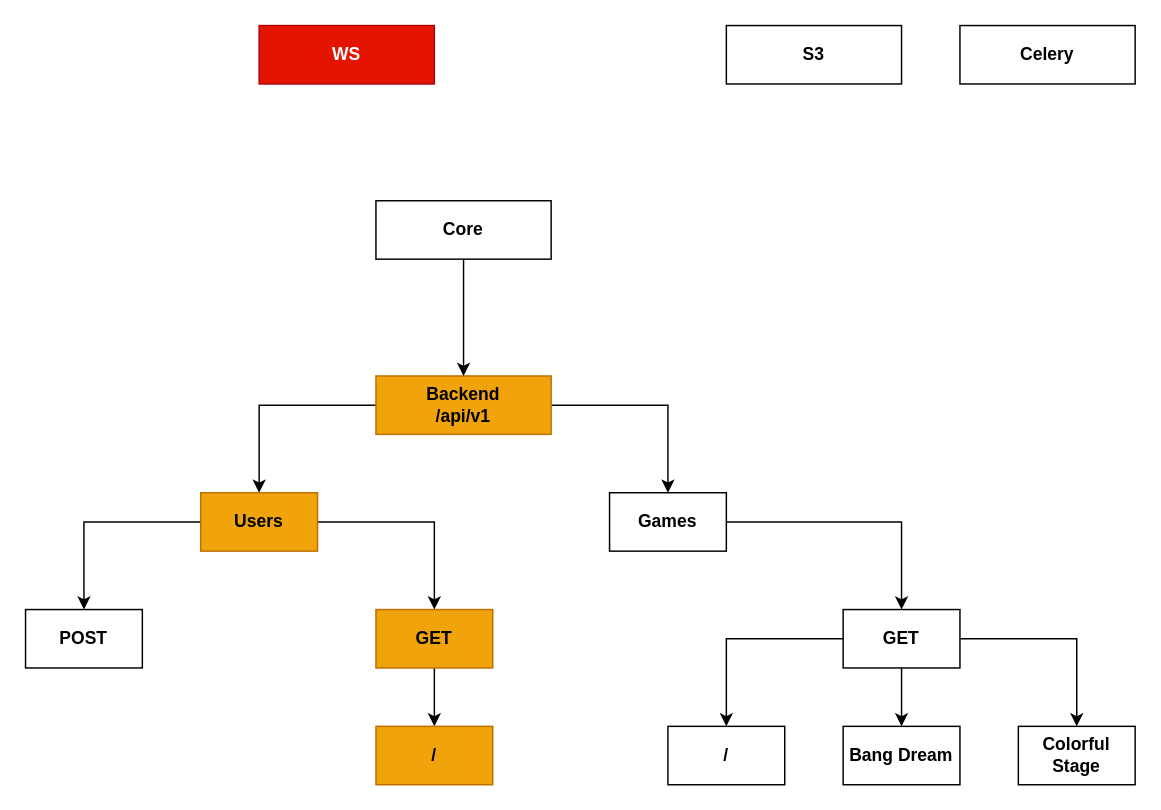
This is page "Backend" (1 of 4) of data/Diagram.drawio from aintp3d0/GameProfile, a draw.io file, before an edit. Source tidied: cells renumbered, new cells numbered last; positions are measured from the earlier drawing's top-left corner, leaving out a move shared by most shapes. Both pictures are drawn from the tidied source at 146%, with x=0, y=0 at pixel (25, 25).
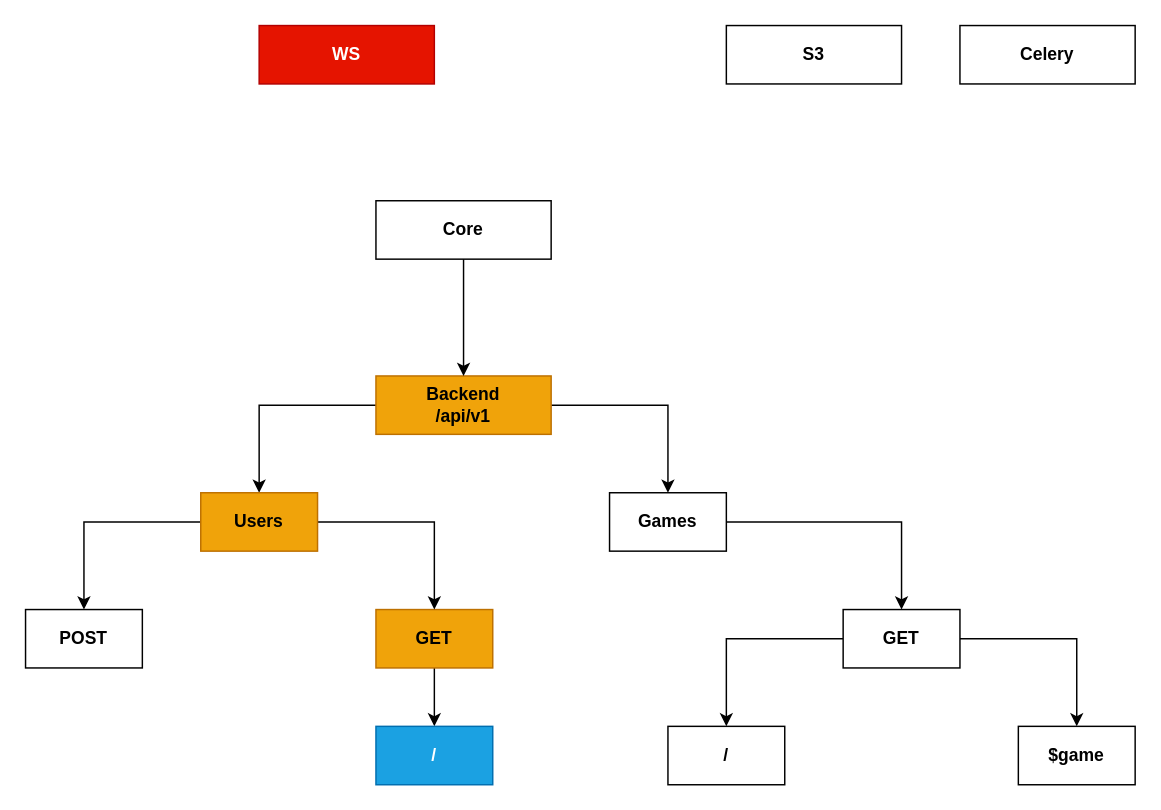
Above is the later version.

Unchanged cells that the change refers to:
```xml
<mxCell id="22" value="&lt;b&gt;GET&lt;/b&gt;" style="whiteSpace=wrap;html=1;rounded=0;" parent="1" vertex="1">
  <mxGeometry x="560" y="400" width="80" height="40" as="geometry" />
</mxCell>
```

The edit, as a diff of the source:
```diff
@@
-    <mxCell id="10" value="&lt;b&gt;/&lt;/b&gt;" style="whiteSpace=wrap;html=1;rounded=0;fillColor=#f0a30a;fontColor=#000000;strokeColor=#BD7000;" parent="1" vertex="1">
+    <mxCell id="10" value="&lt;b&gt;/&lt;/b&gt;" style="whiteSpace=wrap;html=1;rounded=0;fillColor=#1ba1e2;fontColor=#ffffff;strokeColor=#006EAF;" parent="1" vertex="1">
       <mxGeometry x="240" y="480" width="80" height="40" as="geometry" />
     </mxCell>
@@
-    <mxCell id="12" value="&lt;b&gt;Bang Dream&lt;/b&gt;" style="whiteSpace=wrap;html=1;rounded=0;" parent="1" vertex="1">
-      <mxGeometry x="560" y="480" width="80" height="40" as="geometry" />
-    </mxCell>
-    <mxCell id="13" value="Colorful Stage" style="whiteSpace=wrap;html=1;rounded=0;fontStyle=1;" parent="1" vertex="1">
+    <mxCell id="13" value="$game" style="whiteSpace=wrap;html=1;rounded=0;fontStyle=1;" parent="1" vertex="1">
       <mxGeometry x="680" y="480" width="80" height="40" as="geometry" />
     </mxCell>
@@
-    <mxCell id="20" style="edgeStyle=orthogonalEdgeStyle;rounded=0;jettySize=auto;html=1;" parent="1" edge="1" source="22" target="12">
-      <mxGeometry relative="1" as="geometry" />
-    </mxCell>
```
